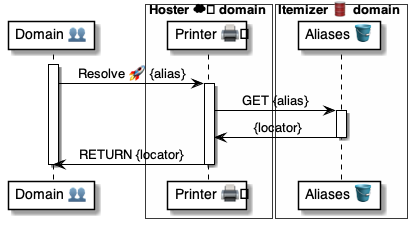
Above: 4 ⚙️ Solution/45 🤲 Helper domains/Printers 🖨️/🖨️🅰️ Printer methods/Resolve 👥🚀🖨️/🖨️ Resolve ⚙️ uml.png in pollyweb-org/pollyweb-docs (PlantUML), before the change. Its source is kept beside it as 4 ⚙️ Solution/45 🤲 Helper domains/Printers 🖨️/🖨️🅰️ Printer methods/Resolve 👥🚀🖨️/🖨️ Resolve ⚙️ uml.puml. Its diagram source:
```plantuml
@startuml Resolve@Printer


participant "Domain 👥" as domain

box Hoster ☁️ domain #FFFFFA
    participant "Printer 🖨️" as printer
end box

box Itemizer 🛢 domain #FFFFFA
    participant "Aliases 🪣" as aliases
end box

activate domain
domain -> printer: Resolve 🚀 {alias}
activate printer
    printer -> aliases: GET {alias}

    activate aliases
        aliases -> printer: {locator}
    deactivate aliases

    printer -> domain: RETURN {locator}
deactivate printer
deactivate domain

@enduml
```
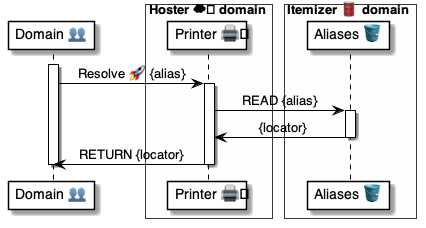
After the change.

What changed in the source:
```diff
@@ -14,7 +14,7 @@
 activate domain
 domain -> printer: Resolve 🚀 {alias}
 activate printer
-    printer -> aliases: GET {alias}
+    printer -> aliases: READ {alias}
 
     activate aliases
         aliases -> printer: {locator}
```
